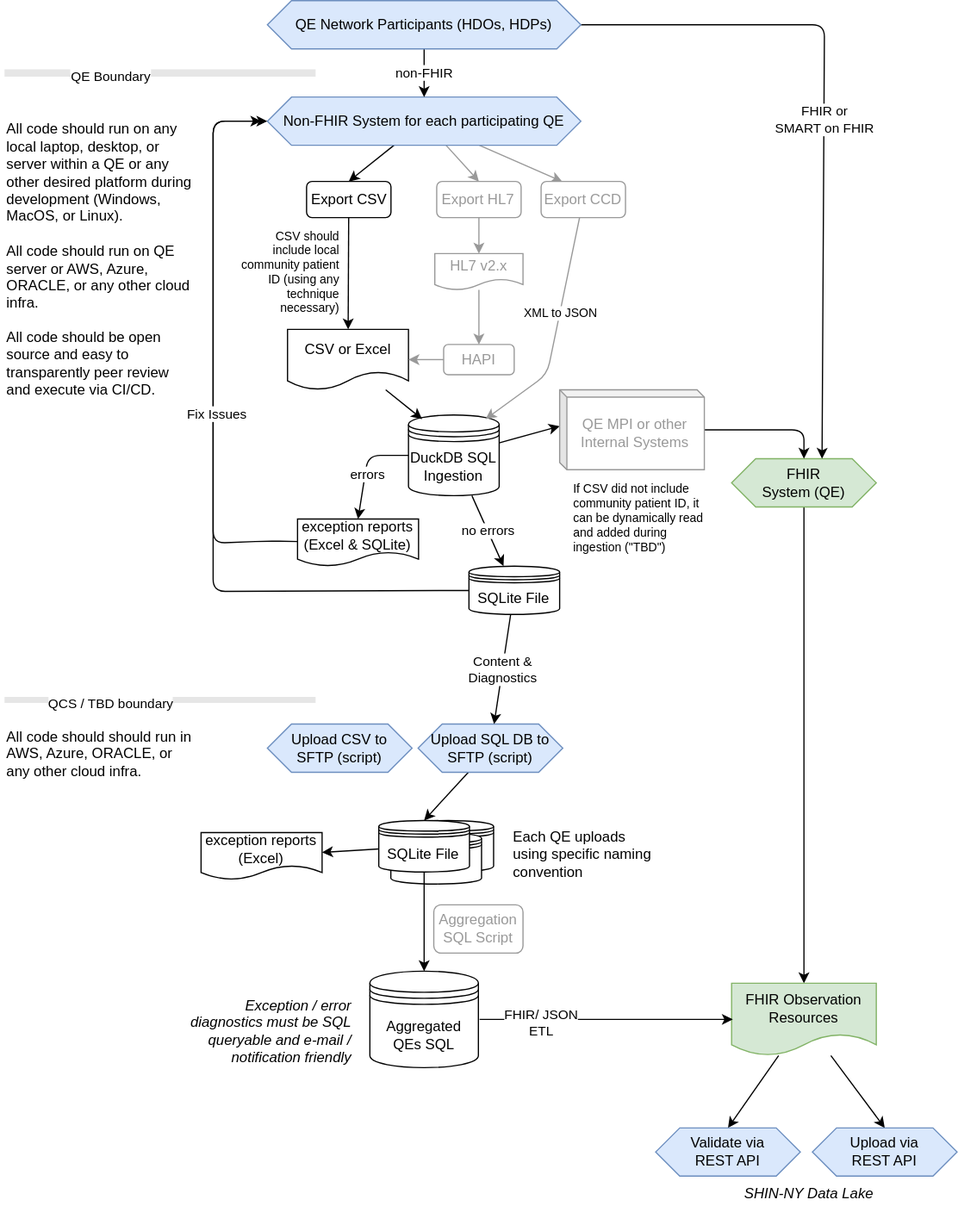
Earlier version of the draw.io export support/docs/architecture.drawio.svg (qe-collaborative-services/1115-hub). Source tidied: cells renumbered, new cells last; positions are measured from the earlier drawing's top-left corner, leaving out a move shared by most shapes.
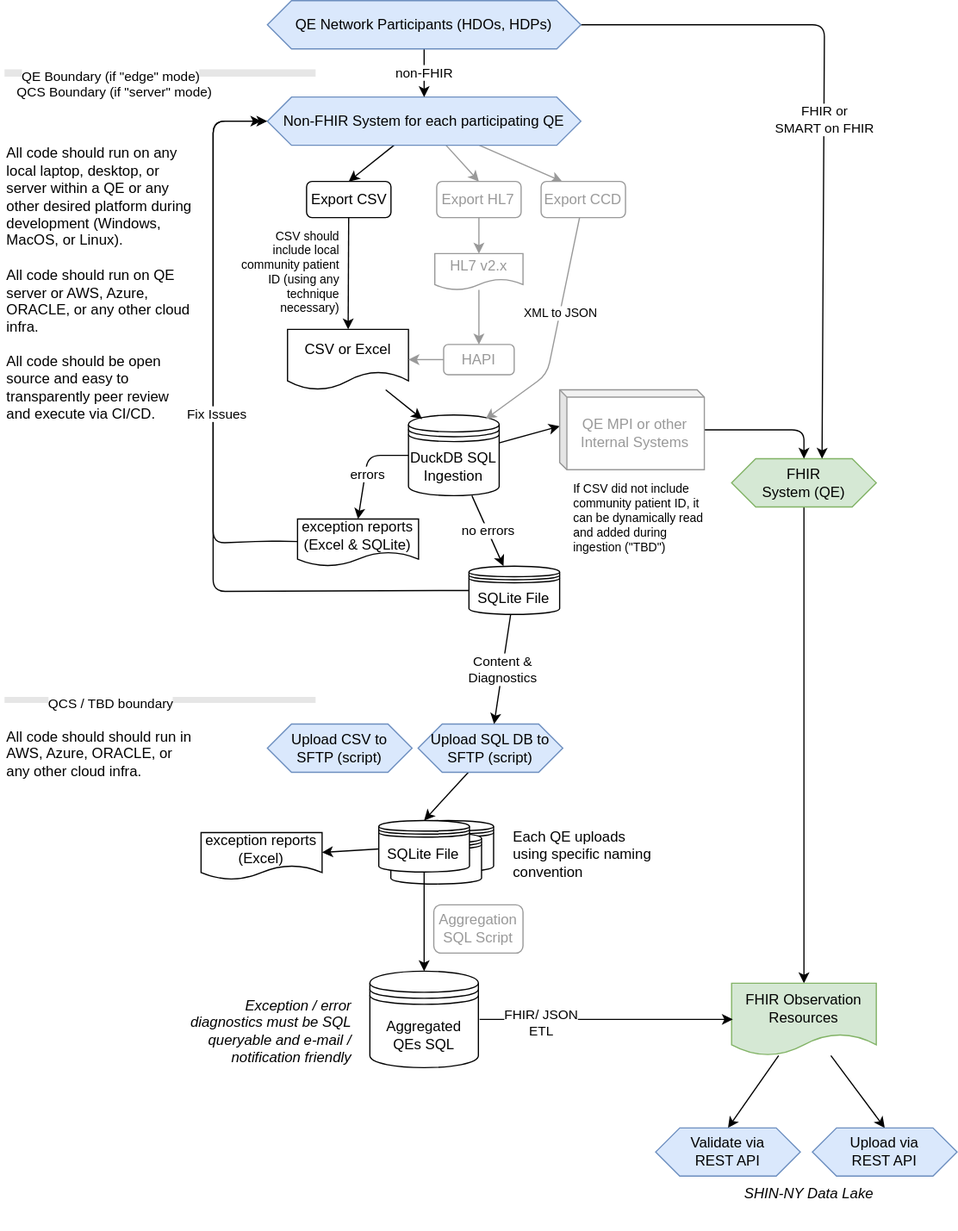
Later version of the same file.

What changed in the source:
```diff
@@ -168,7 +168,7 @@
         <mxPoint x="258" y="60" as="targetPoint" />
       </mxGeometry>
     </mxCell>
-    <mxCell id="48" value="QE Boundary" style="edgeLabel;html=1;align=center;verticalAlign=middle;fontColor=#000000;" parent="47" vertex="1">
+    <mxCell id="48" value="QE Boundary (if &quot;edge&quot; mode)" style="edgeLabel;html=1;align=center;verticalAlign=middle;fontColor=#000000;" parent="47" vertex="1">
       <mxGeometry x="-0.33" y="-2" relative="1" as="geometry" />
     </mxCell>
     <mxCell id="49" style="endArrow=none;html=1;fontColor=#000000;strokeWidth=5;fillColor=#dae8fc;strokeColor=#E6E6E6;" parent="1" edge="1">
@@ -181,7 +181,7 @@
       <mxGeometry x="-0.33" y="-2" relative="1" as="geometry" />
     </mxCell>
     <mxCell id="51" value="All code should run on any local laptop, desktop, or server within a QE or any other desired platform during development (Windows, MacOS, or Linux).&lt;br&gt;&lt;br&gt;All code should run on QE server or AWS, Azure, ORACLE, or any other cloud infra.&lt;br&gt;&lt;br&gt;All code should be open source and easy to transparently peer review and execute via CI/CD." style="text;html=1;strokeColor=none;fillColor=none;align=left;verticalAlign=middle;whiteSpace=wrap;rounded=0;fontColor=#000000;" parent="1" vertex="1">
-      <mxGeometry y="90" width="158" height="250" as="geometry" />
+      <mxGeometry y="110" width="158" height="250" as="geometry" />
     </mxCell>
     <mxCell id="52" value="All code should should run in AWS, Azure, ORACLE, or any other cloud infra." style="text;html=1;strokeColor=none;fillColor=none;align=left;verticalAlign=middle;whiteSpace=wrap;rounded=0;fontColor=#000000;" parent="1" vertex="1">
       <mxGeometry y="600" width="158" height="50" as="geometry" />
@@ -235,5 +235,8 @@
     <mxCell id="65" value="Upload CSV to&lt;br&gt;SFTP (script)" style="shape=hexagon;perimeter=hexagonPerimeter2;whiteSpace=wrap;html=1;fixedSize=1;fillColor=#dae8fc;strokeColor=#6c8ebf;" parent="1" vertex="1">
       <mxGeometry x="218" y="600" width="120" height="40" as="geometry" />
     </mxCell>
+    <mxCell id="66" value="QCS Boundary (if &quot;server&quot; mode)" style="edgeLabel;html=1;align=center;verticalAlign=middle;fontColor=#000000;" parent="1" vertex="1">
+      <mxGeometry x="90" y="75" as="geometry" />
+    </mxCell>
   </root>
 </mxGraphModel>
```
